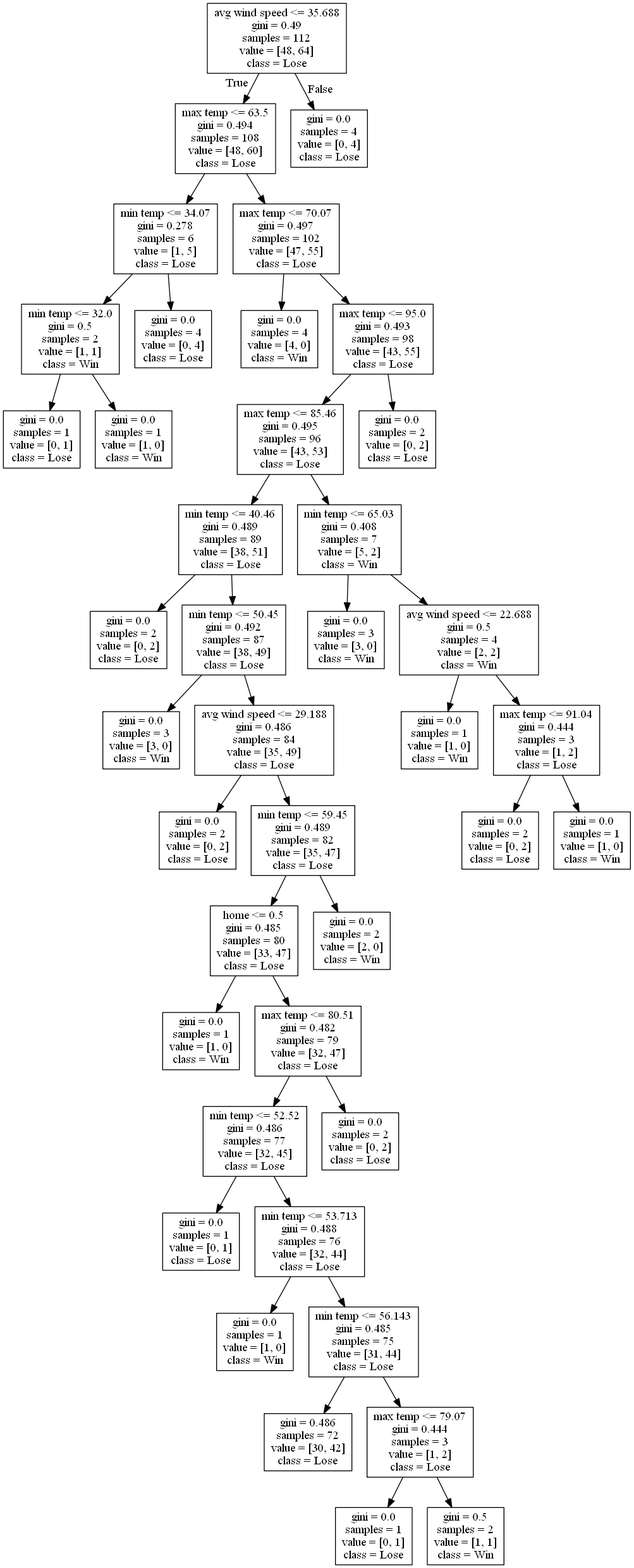
alexana-steck/CSE482Project keeps this Graphviz diagram as DecisionTrees/decision_tree_no_score_or_attendance_test_6010.png. Above is the earlier version. Its source is kept beside it as DecisionTrees/decision_tree_no_score_or_attendance_test_6010.dot. The source it was exported from:
```dot
digraph Tree {
node [shape=box] ;
0 [label="avg wind speed <= 35.688\ngini = 0.49\nsamples = 112\nvalue = [48, 64]\nclass = Lose"] ;
1 [label="max temp <= 63.5\ngini = 0.494\nsamples = 108\nvalue = [48, 60]\nclass = Lose"] ;
0 -> 1 [labeldistance=2.5, labelangle=45, headlabel="True"] ;
2 [label="min temp <= 34.07\ngini = 0.278\nsamples = 6\nvalue = [1, 5]\nclass = Lose"] ;
1 -> 2 ;
3 [label="min temp <= 32.0\ngini = 0.5\nsamples = 2\nvalue = [1, 1]\nclass = Win"] ;
2 -> 3 ;
4 [label="gini = 0.0\nsamples = 1\nvalue = [0, 1]\nclass = Lose"] ;
3 -> 4 ;
5 [label="gini = 0.0\nsamples = 1\nvalue = [1, 0]\nclass = Win"] ;
3 -> 5 ;
6 [label="gini = 0.0\nsamples = 4\nvalue = [0, 4]\nclass = Lose"] ;
2 -> 6 ;
7 [label="max temp <= 70.07\ngini = 0.497\nsamples = 102\nvalue = [47, 55]\nclass = Lose"] ;
1 -> 7 ;
8 [label="gini = 0.0\nsamples = 4\nvalue = [4, 0]\nclass = Win"] ;
7 -> 8 ;
9 [label="max temp <= 95.0\ngini = 0.493\nsamples = 98\nvalue = [43, 55]\nclass = Lose"] ;
7 -> 9 ;
10 [label="max temp <= 85.46\ngini = 0.495\nsamples = 96\nvalue = [43, 53]\nclass = Lose"] ;
9 -> 10 ;
11 [label="min temp <= 40.46\ngini = 0.489\nsamples = 89\nvalue = [38, 51]\nclass = Lose"] ;
10 -> 11 ;
12 [label="gini = 0.0\nsamples = 2\nvalue = [0, 2]\nclass = Lose"] ;
11 -> 12 ;
13 [label="min temp <= 50.45\ngini = 0.492\nsamples = 87\nvalue = [38, 49]\nclass = Lose"] ;
11 -> 13 ;
14 [label="gini = 0.0\nsamples = 3\nvalue = [3, 0]\nclass = Win"] ;
13 -> 14 ;
15 [label="avg wind speed <= 29.188\ngini = 0.486\nsamples = 84\nvalue = [35, 49]\nclass = Lose"] ;
13 -> 15 ;
16 [label="gini = 0.0\nsamples = 2\nvalue = [0, 2]\nclass = Lose"] ;
15 -> 16 ;
17 [label="min temp <= 59.45\ngini = 0.489\nsamples = 82\nvalue = [35, 47]\nclass = Lose"] ;
15 -> 17 ;
18 [label="home <= 0.5\ngini = 0.485\nsamples = 80\nvalue = [33, 47]\nclass = Lose"] ;
17 -> 18 ;
19 [label="gini = 0.0\nsamples = 1\nvalue = [1, 0]\nclass = Win"] ;
18 -> 19 ;
20 [label="max temp <= 80.51\ngini = 0.482\nsamples = 79\nvalue = [32, 47]\nclass = Lose"] ;
18 -> 20 ;
21 [label="min temp <= 52.52\ngini = 0.486\nsamples = 77\nvalue = [32, 45]\nclass = Lose"] ;
20 -> 21 ;
22 [label="gini = 0.0\nsamples = 1\nvalue = [0, 1]\nclass = Lose"] ;
21 -> 22 ;
23 [label="min temp <= 53.713\ngini = 0.488\nsamples = 76\nvalue = [32, 44]\nclass = Lose"] ;
21 -> 23 ;
24 [label="gini = 0.0\nsamples = 1\nvalue = [1, 0]\nclass = Win"] ;
23 -> 24 ;
25 [label="min temp <= 56.143\ngini = 0.485\nsamples = 75\nvalue = [31, 44]\nclass = Lose"] ;
23 -> 25 ;
26 [label="gini = 0.486\nsamples = 72\nvalue = [30, 42]\nclass = Lose"] ;
25 -> 26 ;
27 [label="max temp <= 79.07\ngini = 0.444\nsamples = 3\nvalue = [1, 2]\nclass = Lose"] ;
25 -> 27 ;
28 [label="gini = 0.0\nsamples = 1\nvalue = [0, 1]\nclass = Lose"] ;
27 -> 28 ;
29 [label="gini = 0.5\nsamples = 2\nvalue = [1, 1]\nclass = Win"] ;
27 -> 29 ;
30 [label="gini = 0.0\nsamples = 2\nvalue = [0, 2]\nclass = Lose"] ;
20 -> 30 ;
31 [label="gini = 0.0\nsamples = 2\nvalue = [2, 0]\nclass = Win"] ;
17 -> 31 ;
32 [label="min temp <= 65.03\ngini = 0.408\nsamples = 7\nvalue = [5, 2]\nclass = Win"] ;
10 -> 32 ;
33 [label="gini = 0.0\nsamples = 3\nvalue = [3, 0]\nclass = Win"] ;
32 -> 33 ;
34 [label="avg wind speed <= 22.688\ngini = 0.5\nsamples = 4\nvalue = [2, 2]\nclass = Win"] ;
32 -> 34 ;
35 [label="gini = 0.0\nsamples = 1\nvalue = [1, 0]\nclass = Win"] ;
34 -> 35 ;
36 [label="max temp <= 91.04\ngini = 0.444\nsamples = 3\nvalue = [1, 2]\nclass = Lose"] ;
34 -> 36 ;
37 [label="gini = 0.0\nsamples = 2\nvalue = [0, 2]\nclass = Lose"] ;
36 -> 37 ;
38 [label="gini = 0.0\nsamples = 1\nvalue = [1, 0]\nclass = Win"] ;
36 -> 38 ;
39 [label="gini = 0.0\nsamples = 2\nvalue = [0, 2]\nclass = Lose"] ;
9 -> 39 ;
40 [label="gini = 0.0\nsamples = 4\nvalue = [0, 4]\nclass = Lose"] ;
0 -> 40 [labeldistance=2.5, labelangle=-45, headlabel="False"] ;
}
```
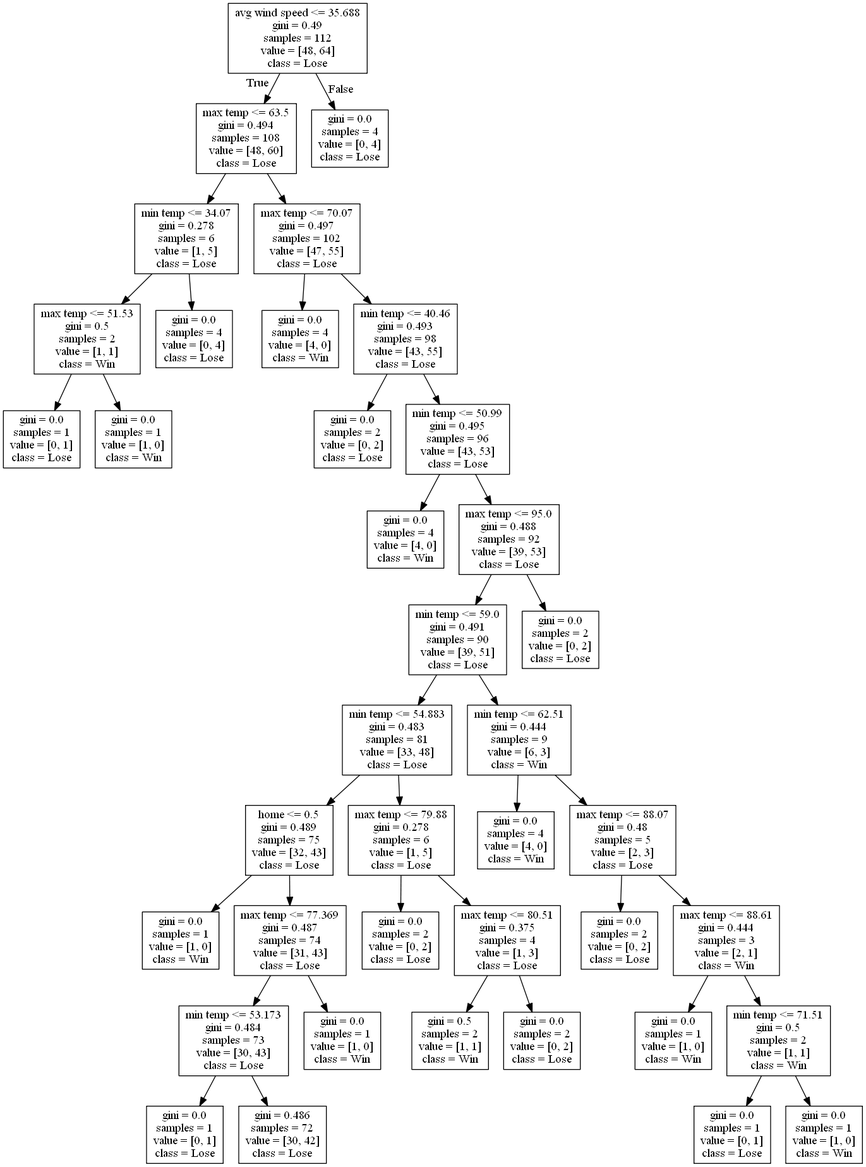
After the change.

Diff of the diagram source:
```diff
@@ -5,7 +5,7 @@
 0 -> 1 [labeldistance=2.5, labelangle=45, headlabel="True"] ;
 2 [label="min temp <= 34.07\ngini = 0.278\nsamples = 6\nvalue = [1, 5]\nclass = Lose"] ;
 1 -> 2 ;
-3 [label="min temp <= 32.0\ngini = 0.5\nsamples = 2\nvalue = [1, 1]\nclass = Win"] ;
+3 [label="max temp <= 51.53\ngini = 0.5\nsamples = 2\nvalue = [1, 1]\nclass = Win"] ;
 2 -> 3 ;
 4 [label="gini = 0.0\nsamples = 1\nvalue = [0, 1]\nclass = Lose"] ;
 3 -> 4 ;
@@ -17,68 +17,64 @@
 1 -> 7 ;
 8 [label="gini = 0.0\nsamples = 4\nvalue = [4, 0]\nclass = Win"] ;
 7 -> 8 ;
-9 [label="max temp <= 95.0\ngini = 0.493\nsamples = 98\nvalue = [43, 55]\nclass = Lose"] ;
+9 [label="min temp <= 40.46\ngini = 0.493\nsamples = 98\nvalue = [43, 55]\nclass = Lose"] ;
 7 -> 9 ;
-10 [label="max temp <= 85.46\ngini = 0.495\nsamples = 96\nvalue = [43, 53]\nclass = Lose"] ;
+10 [label="gini = 0.0\nsamples = 2\nvalue = [0, 2]\nclass = Lose"] ;
 9 -> 10 ;
-11 [label="min temp <= 40.46\ngini = 0.489\nsamples = 89\nvalue = [38, 51]\nclass = Lose"] ;
-10 -> 11 ;
-12 [label="gini = 0.0\nsamples = 2\nvalue = [0, 2]\nclass = Lose"] ;
+11 [label="min temp <= 50.99\ngini = 0.495\nsamples = 96\nvalue = [43, 53]\nclass = Lose"] ;
+9 -> 11 ;
+12 [label="gini = 0.0\nsamples = 4\nvalue = [4, 0]\nclass = Win"] ;
 11 -> 12 ;
-13 [label="min temp <= 50.45\ngini = 0.492\nsamples = 87\nvalue = [38, 49]\nclass = Lose"] ;
+13 [label="max temp <= 95.0\ngini = 0.488\nsamples = 92\nvalue = [39, 53]\nclass = Lose"] ;
 11 -> 13 ;
-14 [label="gini = 0.0\nsamples = 3\nvalue = [3, 0]\nclass = Win"] ;
+14 [label="min temp <= 59.0\ngini = 0.491\nsamples = 90\nvalue = [39, 51]\nclass = Lose"] ;
 13 -> 14 ;
-15 [label="avg wind speed <= 29.188\ngini = 0.486\nsamples = 84\nvalue = [35, 49]\nclass = Lose"] ;
-13 -> 15 ;
-16 [label="gini = 0.0\nsamples = 2\nvalue = [0, 2]\nclass = Lose"] ;
+15 [label="min temp <= 54.883\ngini = 0.483\nsamples = 81\nvalue = [33, 48]\nclass = Lose"] ;
+14 -> 15 ;
+16 [label="home <= 0.5\ngini = 0.489\nsamples = 75\nvalue = [32, 43]\nclass = Lose"] ;
 15 -> 16 ;
-17 [label="min temp <= 59.45\ngini = 0.489\nsamples = 82\nvalue = [35, 47]\nclass = Lose"] ;
-15 -> 17 ;
-18 [label="home <= 0.5\ngini = 0.485\nsamples = 80\nvalue = [33, 47]\nclass = Lose"] ;
-17 -> 18 ;
-19 [label="gini = 0.0\nsamples = 1\nvalue = [1, 0]\nclass = Win"] ;
+17 [label="gini = 0.0\nsamples = 1\nvalue = [1, 0]\nclass = Win"] ;
+16 -> 17 ;
+18 [label="max temp <= 77.369\ngini = 0.487\nsamples = 74\nvalue = [31, 43]\nclass = Lose"] ;
+16 -> 18 ;
+19 [label="min temp <= 53.173\ngini = 0.484\nsamples = 73\nvalue = [30, 43]\nclass = Lose"] ;
 18 -> 19 ;
-20 [label="max temp <= 80.51\ngini = 0.482\nsamples = 79\nvalue = [32, 47]\nclass = Lose"] ;
-18 -> 20 ;
-21 [label="min temp <= 52.52\ngini = 0.486\nsamples = 77\nvalue = [32, 45]\nclass = Lose"] ;
-20 -> 21 ;
-22 [label="gini = 0.0\nsamples = 1\nvalue = [0, 1]\nclass = Lose"] ;
-21 -> 22 ;
-23 [label="min temp <= 53.713\ngini = 0.488\nsamples = 76\nvalue = [32, 44]\nclass = Lose"] ;
-21 -> 23 ;
-24 [label="gini = 0.0\nsamples = 1\nvalue = [1, 0]\nclass = Win"] ;
+20 [label="gini = 0.0\nsamples = 1\nvalue = [0, 1]\nclass = Lose"] ;
+19 -> 20 ;
+21 [label="gini = 0.486\nsamples = 72\nvalue = [30, 42]\nclass = Lose"] ;
+19 -> 21 ;
+22 [label="gini = 0.0\nsamples = 1\nvalue = [1, 0]\nclass = Win"] ;
+18 -> 22 ;
+23 [label="max temp <= 79.88\ngini = 0.278\nsamples = 6\nvalue = [1, 5]\nclass = Lose"] ;
+15 -> 23 ;
+24 [label="gini = 0.0\nsamples = 2\nvalue = [0, 2]\nclass = Lose"] ;
 23 -> 24 ;
-25 [label="min temp <= 56.143\ngini = 0.485\nsamples = 75\nvalue = [31, 44]\nclass = Lose"] ;
+25 [label="max temp <= 80.51\ngini = 0.375\nsamples = 4\nvalue = [1, 3]\nclass = Lose"] ;
 23 -> 25 ;
-26 [label="gini = 0.486\nsamples = 72\nvalue = [30, 42]\nclass = Lose"] ;
+26 [label="gini = 0.5\nsamples = 2\nvalue = [1, 1]\nclass = Win"] ;
 25 -> 26 ;
-27 [label="max temp <= 79.07\ngini = 0.444\nsamples = 3\nvalue = [1, 2]\nclass = Lose"] ;
+27 [label="gini = 0.0\nsamples = 2\nvalue = [0, 2]\nclass = Lose"] ;
 25 -> 27 ;
-28 [label="gini = 0.0\nsamples = 1\nvalue = [0, 1]\nclass = Lose"] ;
-27 -> 28 ;
-29 [label="gini = 0.5\nsamples = 2\nvalue = [1, 1]\nclass = Win"] ;
-27 -> 29 ;
-30 [label="gini = 0.0\nsamples = 2\nvalue = [0, 2]\nclass = Lose"] ;
-20 -> 30 ;
-31 [label="gini = 0.0\nsamples = 2\nvalue = [2, 0]\nclass = Win"] ;
-17 -> 31 ;
-32 [label="min temp <= 65.03\ngini = 0.408\nsamples = 7\nvalue = [5, 2]\nclass = Win"] ;
-10 -> 32 ;
-33 [label="gini = 0.0\nsamples = 3\nvalue = [3, 0]\nclass = Win"] ;
+28 [label="min temp <= 62.51\ngini = 0.444\nsamples = 9\nvalue = [6, 3]\nclass = Win"] ;
+14 -> 28 ;
+29 [label="gini = 0.0\nsamples = 4\nvalue = [4, 0]\nclass = Win"] ;
+28 -> 29 ;
+30 [label="max temp <= 88.07\ngini = 0.48\nsamples = 5\nvalue = [2, 3]\nclass = Lose"] ;
+28 -> 30 ;
+31 [label="gini = 0.0\nsamples = 2\nvalue = [0, 2]\nclass = Lose"] ;
+30 -> 31 ;
+32 [label="max temp <= 88.61\ngini = 0.444\nsamples = 3\nvalue = [2, 1]\nclass = Win"] ;
+30 -> 32 ;
+33 [label="gini = 0.0\nsamples = 1\nvalue = [1, 0]\nclass = Win"] ;
 32 -> 33 ;
-34 [label="avg wind speed <= 22.688\ngini = 0.5\nsamples = 4\nvalue = [2, 2]\nclass = Win"] ;
+34 [label="min temp <= 71.51\ngini = 0.5\nsamples = 2\nvalue = [1, 1]\nclass = Win"] ;
 32 -> 34 ;
-35 [label="gini = 0.0\nsamples = 1\nvalue = [1, 0]\nclass = Win"] ;
+35 [label="gini = 0.0\nsamples = 1\nvalue = [0, 1]\nclass = Lose"] ;
 34 -> 35 ;
-36 [label="max temp <= 91.04\ngini = 0.444\nsamples = 3\nvalue = [1, 2]\nclass = Lose"] ;
+36 [label="gini = 0.0\nsamples = 1\nvalue = [1, 0]\nclass = Win"] ;
 34 -> 36 ;
 37 [label="gini = 0.0\nsamples = 2\nvalue = [0, 2]\nclass = Lose"] ;
-36 -> 37 ;
-38 [label="gini = 0.0\nsamples = 1\nvalue = [1, 0]\nclass = Win"] ;
-36 -> 38 ;
-39 [label="gini = 0.0\nsamples = 2\nvalue = [0, 2]\nclass = Lose"] ;
-9 -> 39 ;
-40 [label="gini = 0.0\nsamples = 4\nvalue = [0, 4]\nclass = Lose"] ;
-0 -> 40 [labeldistance=2.5, labelangle=-45, headlabel="False"] ;
+13 -> 37 ;
+38 [label="gini = 0.0\nsamples = 4\nvalue = [0, 4]\nclass = Lose"] ;
+0 -> 38 [labeldistance=2.5, labelangle=-45, headlabel="False"] ;
 }
```
